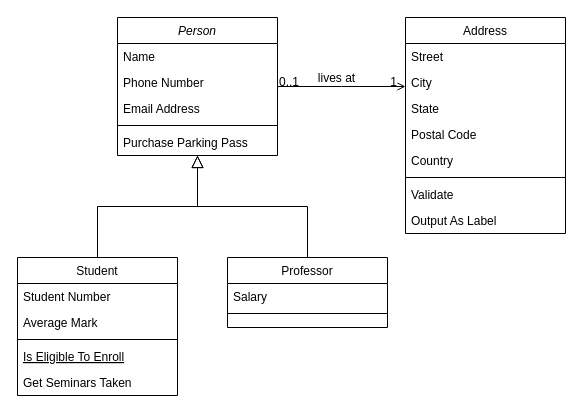
Before: Paradigmas orientado a objetos.drawio in daviterzin/rogue-brasil-, a draw.io diagram. Source tidied: cells renumbered, new cells numbered last; positions are measured from the earlier drawing's top-left corner, leaving out a move shared by most shapes. Both pictures are drawn from the tidied source at 100%, with x=0, y=0 at pixel (17, 17).
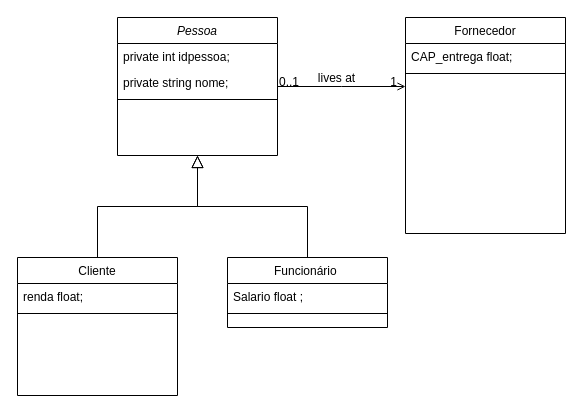
The same page after the edit.

Diff of the diagram source:
```diff
@@
-    <mxCell id="2" value="Person" style="swimlane;fontStyle=2;align=center;verticalAlign=top;horizontal=1;startSize=26;rounded=0;shadow=0;strokeWidth=1;" parent="1" vertex="1">
+    <mxCell id="2" value="Pessoa" style="swimlane;fontStyle=2;align=center;verticalAlign=top;horizontal=1;startSize=26;rounded=0;shadow=0;strokeWidth=1;" parent="1" vertex="1">
       <mxGeometry x="100" width="160" height="138" as="geometry" />
     </mxCell>
-    <mxCell id="3" value="Name" style="text;align=left;verticalAlign=top;spacingLeft=4;spacingRight=4;overflow=hidden;" parent="2" vertex="1">
+    <mxCell id="3" value="private int idpessoa;" style="text;align=left;verticalAlign=top;spacingLeft=4;spacingRight=4;overflow=hidden;" parent="2" vertex="1">
       <mxGeometry y="26" width="160" height="26" as="geometry" />
     </mxCell>
-    <mxCell id="4" value="Phone Number" style="text;align=left;verticalAlign=top;spacingLeft=4;spacingRight=4;overflow=hidden;rounded=0;shadow=0;html=0;" parent="2" vertex="1">
+    <mxCell id="4" value="private string nome;" style="text;align=left;verticalAlign=top;spacingLeft=4;spacingRight=4;overflow=hidden;rounded=0;shadow=0;html=0;" parent="2" vertex="1">
       <mxGeometry y="52" width="160" height="26" as="geometry" />
     </mxCell>
-    <mxCell id="5" value="Email Address" style="text;align=left;verticalAlign=top;spacingLeft=4;spacingRight=4;overflow=hidden;rounded=0;shadow=0;html=0;" parent="2" vertex="1">
-      <mxGeometry y="78" width="160" height="26" as="geometry" />
-    </mxCell>
     <mxCell id="6" style="line;html=1;strokeWidth=1;align=left;verticalAlign=middle;spacingTop=-1;spacingLeft=3;spacingRight=3;labelPosition=right;" parent="2" vertex="1">
-      <mxGeometry y="104" width="160" height="8" as="geometry" />
+      <mxGeometry y="78" width="160" height="8" as="geometry" />
     </mxCell>
-    <mxCell id="7" value="Purchase Parking Pass" style="text;align=left;verticalAlign=top;spacingLeft=4;spacingRight=4;overflow=hidden;" parent="2" vertex="1">
-      <mxGeometry y="112" width="160" height="26" as="geometry" />
-    </mxCell>
-    <mxCell id="8" value="Student" style="swimlane;fontStyle=0;align=center;verticalAlign=top;horizontal=1;startSize=26;rounded=0;shadow=0;strokeWidth=1;" parent="1" vertex="1">
+    <mxCell id="8" value="Cliente" style="swimlane;fontStyle=0;align=center;verticalAlign=top;horizontal=1;startSize=26;rounded=0;shadow=0;strokeWidth=1;" parent="1" vertex="1">
       <mxGeometry y="240" width="160" height="138" as="geometry" />
     </mxCell>
-    <mxCell id="9" value="Student Number" style="text;align=left;verticalAlign=top;spacingLeft=4;spacingRight=4;overflow=hidden;" parent="8" vertex="1">
+    <mxCell id="9" value="renda float;" style="text;align=left;verticalAlign=top;spacingLeft=4;spacingRight=4;overflow=hidden;" parent="8" vertex="1">
       <mxGeometry y="26" width="160" height="26" as="geometry" />
     </mxCell>
-    <mxCell id="10" value="Average Mark" style="text;align=left;verticalAlign=top;spacingLeft=4;spacingRight=4;overflow=hidden;rounded=0;shadow=0;html=0;" parent="8" vertex="1">
-      <mxGeometry y="52" width="160" height="26" as="geometry" />
-    </mxCell>
     <mxCell id="11" style="line;html=1;strokeWidth=1;align=left;verticalAlign=middle;spacingTop=-1;spacingLeft=3;spacingRight=3;labelPosition=right;" parent="8" vertex="1">
-      <mxGeometry y="78" width="160" height="8" as="geometry" />
+      <mxGeometry y="52" width="160" height="8" as="geometry" />
     </mxCell>
-    <mxCell id="12" value="Is Eligible To Enroll" style="text;align=left;verticalAlign=top;spacingLeft=4;spacingRight=4;overflow=hidden;fontStyle=4;" parent="8" vertex="1">
-      <mxGeometry y="86" width="160" height="26" as="geometry" />
-    </mxCell>
-    <mxCell id="13" value="Get Seminars Taken" style="text;align=left;verticalAlign=top;spacingLeft=4;spacingRight=4;overflow=hidden;" parent="8" vertex="1">
-      <mxGeometry y="112" width="160" height="26" as="geometry" />
-    </mxCell>
@@
-    <mxCell id="15" value="Professor" style="swimlane;fontStyle=0;align=center;verticalAlign=top;horizontal=1;startSize=26;rounded=0;shadow=0;strokeWidth=1;" parent="1" vertex="1">
+    <mxCell id="15" value="Funcionário " style="swimlane;fontStyle=0;align=center;verticalAlign=top;horizontal=1;startSize=26;rounded=0;shadow=0;strokeWidth=1;" parent="1" vertex="1">
       <mxGeometry x="210" y="240" width="160" height="70" as="geometry" />
     </mxCell>
-    <mxCell id="16" value="Salary" style="text;align=left;verticalAlign=top;spacingLeft=4;spacingRight=4;overflow=hidden;" parent="15" vertex="1">
+    <mxCell id="16" value="Salario float ;" style="text;align=left;verticalAlign=top;spacingLeft=4;spacingRight=4;overflow=hidden;" parent="15" vertex="1">
       <mxGeometry y="26" width="160" height="26" as="geometry" />
     </mxCell>
@@
-    <mxCell id="19" value="Address" style="swimlane;fontStyle=0;align=center;verticalAlign=top;horizontal=1;startSize=26;rounded=0;shadow=0;strokeWidth=1;" parent="1" vertex="1">
+    <mxCell id="19" value="Fornecedor" style="swimlane;fontStyle=0;align=center;verticalAlign=top;horizontal=1;startSize=26;rounded=0;shadow=0;strokeWidth=1;" parent="1" vertex="1">
       <mxGeometry x="388" width="160" height="216" as="geometry" />
     </mxCell>
-    <mxCell id="20" value="Street" style="text;align=left;verticalAlign=top;spacingLeft=4;spacingRight=4;overflow=hidden;" parent="19" vertex="1">
+    <mxCell id="20" value="CAP_entrega float;" style="text;align=left;verticalAlign=top;spacingLeft=4;spacingRight=4;overflow=hidden;" parent="19" vertex="1">
       <mxGeometry y="26" width="160" height="26" as="geometry" />
     </mxCell>
-    <mxCell id="21" value="City" style="text;align=left;verticalAlign=top;spacingLeft=4;spacingRight=4;overflow=hidden;rounded=0;shadow=0;html=0;" parent="19" vertex="1">
-      <mxGeometry y="52" width="160" height="26" as="geometry" />
-    </mxCell>
-    <mxCell id="22" value="State" style="text;align=left;verticalAlign=top;spacingLeft=4;spacingRight=4;overflow=hidden;rounded=0;shadow=0;html=0;" parent="19" vertex="1">
-      <mxGeometry y="78" width="160" height="26" as="geometry" />
-    </mxCell>
-    <mxCell id="23" value="Postal Code" style="text;align=left;verticalAlign=top;spacingLeft=4;spacingRight=4;overflow=hidden;rounded=0;shadow=0;html=0;" parent="19" vertex="1">
-      <mxGeometry y="104" width="160" height="26" as="geometry" />
-    </mxCell>
-    <mxCell id="24" value="Country" style="text;align=left;verticalAlign=top;spacingLeft=4;spacingRight=4;overflow=hidden;rounded=0;shadow=0;html=0;" parent="19" vertex="1">
-      <mxGeometry y="130" width="160" height="26" as="geometry" />
-    </mxCell>
     <mxCell id="25" style="line;html=1;strokeWidth=1;align=left;verticalAlign=middle;spacingTop=-1;spacingLeft=3;spacingRight=3;labelPosition=right;" parent="19" vertex="1">
-      <mxGeometry y="156" width="160" height="8" as="geometry" />
+      <mxGeometry y="52" width="160" height="8" as="geometry" />
     </mxCell>
-    <mxCell id="26" value="Validate" style="text;align=left;verticalAlign=top;spacingLeft=4;spacingRight=4;overflow=hidden;" parent="19" vertex="1">
-      <mxGeometry y="164" width="160" height="26" as="geometry" />
-    </mxCell>
-    <mxCell id="27" value="Output As Label" style="text;align=left;verticalAlign=top;spacingLeft=4;spacingRight=4;overflow=hidden;" parent="19" vertex="1">
-      <mxGeometry y="190" width="160" height="26" as="geometry" />
-    </mxCell>
```
